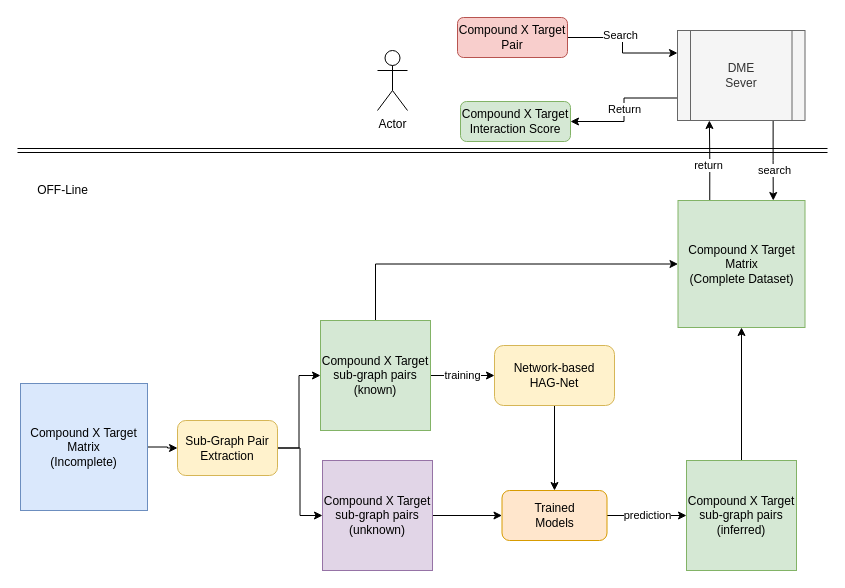
lunersonguo/Hello-world keeps this draw.io diagram as Untitled Diagram.drawio. Above is the earlier version. Source tidied: cells renumbered, new cells numbered last; positions are measured from the earlier drawing's top-left corner, leaving out a move shared by most shapes. Both pictures are drawn from the tidied source at 100%, with x=0, y=0 at pixel (17, 17).
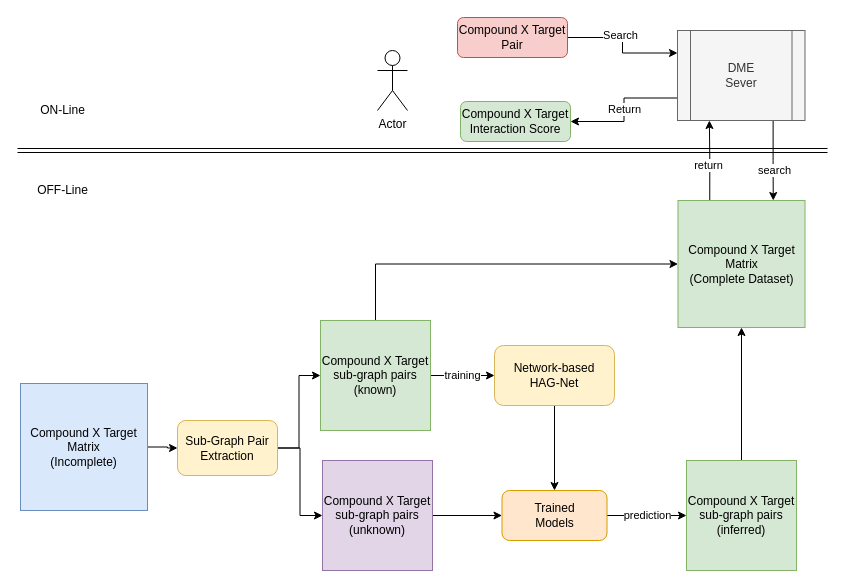
The same diagram, later.

The edit, as a diff of the source:
```diff
@@
+    <mxCell id="32" value="ON-Line" style="text;html=1;align=center;verticalAlign=middle;" parent="1" vertex="1">
+      <mxGeometry x="15" y="83" width="60" height="20" as="geometry" />
+    </mxCell>
```
